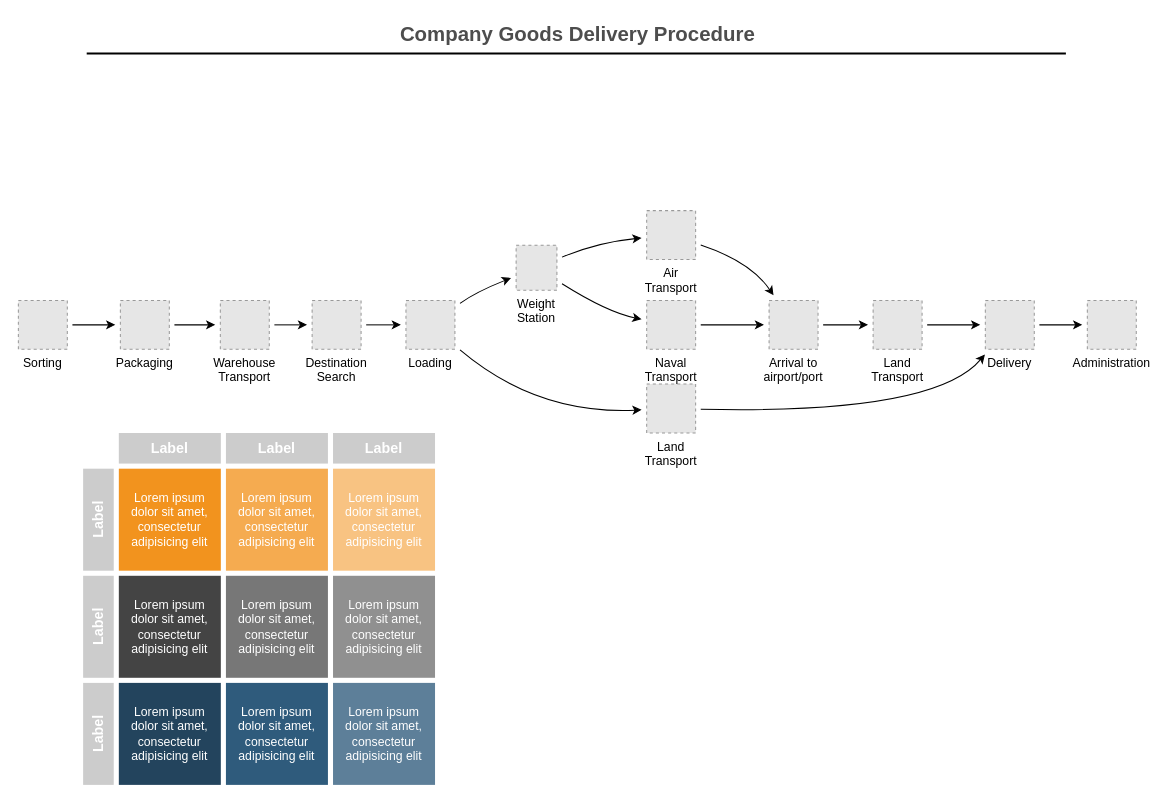
This is Диаграмма без названия.drawio from Esemenov85/dashboard, a draw.io file, before an edit. Source tidied: cells renumbered, new cells numbered last; positions are measured from the earlier drawing's top-left corner, leaving out a move shared by most shapes. Both pictures are drawn from the tidied source at 102%, with x=0, y=0 at pixel (17, 17). Pictures stored in the file or linked from it are replaced by grey dashed boxes.
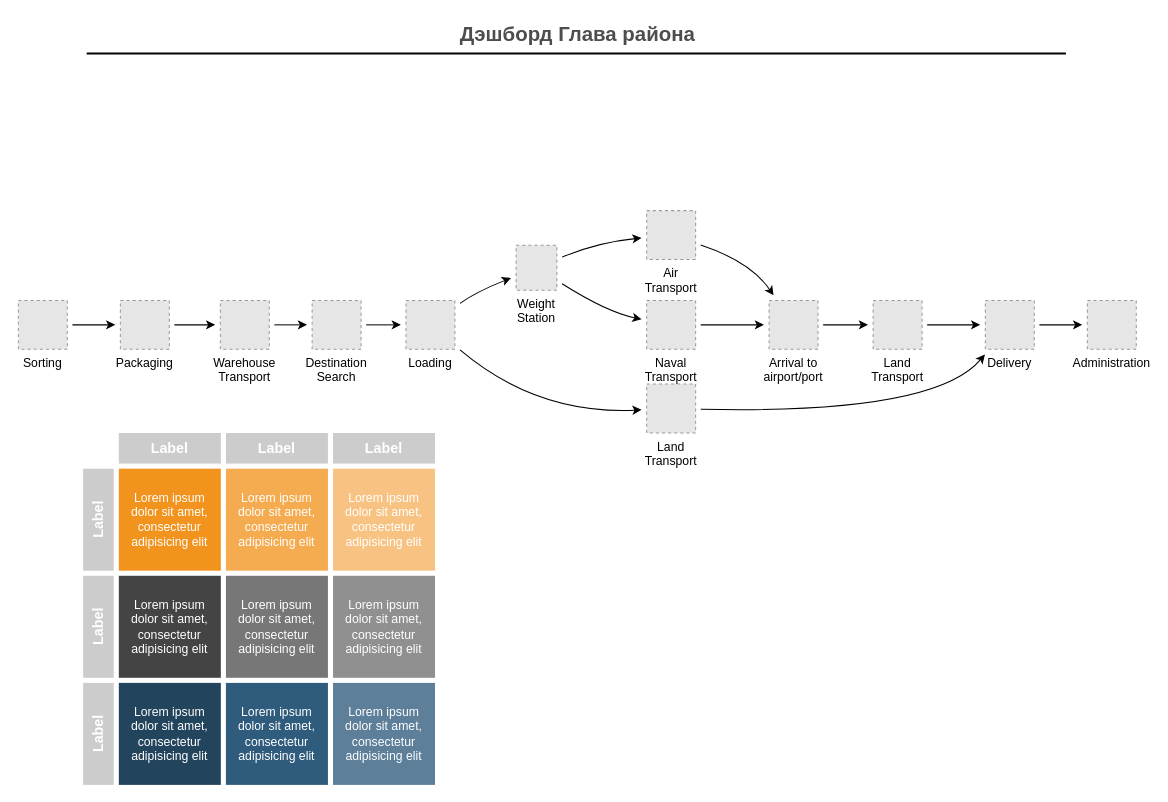
Above is the later version.

Commit message:
Дэшборд_Глава района

The edit, as a diff of the source:
```diff
@@
-    <mxCell id="29" value="Company Goods Delivery Procedure" style="text;html=1;strokeColor=none;fillColor=none;align=center;verticalAlign=middle;whiteSpace=wrap;rounded=0;fontStyle=1;fontSize=20;fontColor=#4D4D4D;" parent="1" vertex="1">
+    <mxCell id="29" value="Дэшборд Глава района" style="text;html=1;strokeColor=none;fillColor=none;align=center;verticalAlign=middle;whiteSpace=wrap;rounded=0;fontStyle=1;fontSize=20;fontColor=#4D4D4D;" parent="1" vertex="1">
       <mxGeometry x="153.5" width="790" height="30" as="geometry" />
     </mxCell>
```
